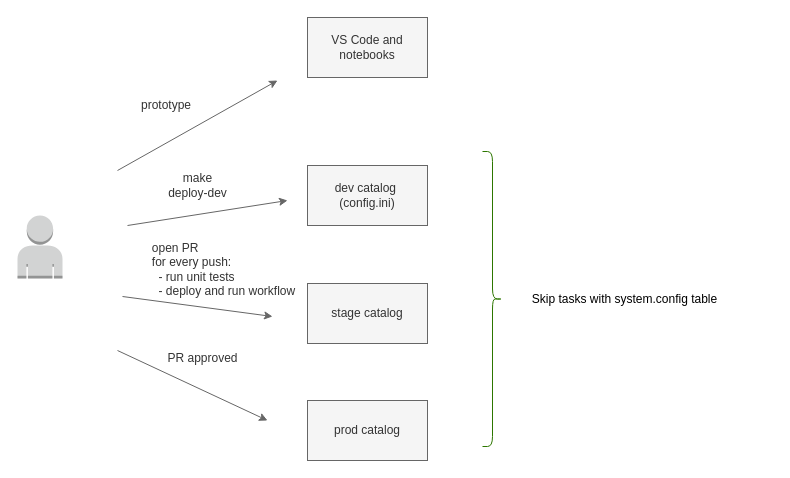
The draw.io diagram docs/ci_cd.drawio in andre-salvati/databricks-template, before the edit. Source tidied: cells renumbered, new cells numbered last; positions are measured from the earlier drawing's top-left corner, leaving out a move shared by most shapes. Both pictures are drawn from the tidied source at 100%, with x=0, y=0 at pixel (17, 17).
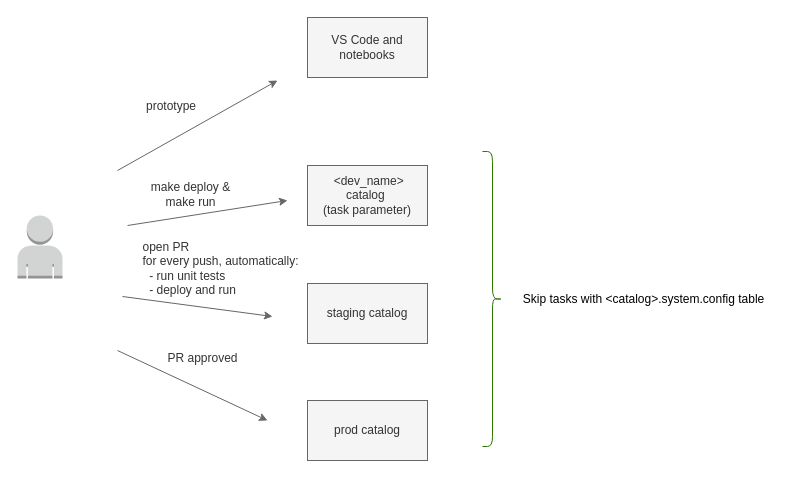
Above is the later version.

The edit, as a diff of the source:
```diff
@@
     <mxCell id="3" value="prototype" style="text;html=1;strokeColor=none;fillColor=none;align=center;verticalAlign=middle;whiteSpace=wrap;rounded=0;fontColor=#333333;" parent="1" vertex="1">
-      <mxGeometry x="119" y="73" width="60" height="30" as="geometry" />
+      <mxGeometry x="124" y="74" width="60" height="30" as="geometry" />
     </mxCell>
-    <mxCell id="4" value="dev catalog&amp;nbsp;&lt;div&gt;(config.ini)&lt;/div&gt;" style="rounded=0;whiteSpace=wrap;html=1;fillColor=#f5f5f5;fontColor=#333333;strokeColor=#666666;" parent="1" vertex="1">
+    <mxCell id="4" value="&lt;font style=&quot;font-size: 12px;&quot;&gt;&amp;nbsp;&amp;lt;dev_name&amp;gt; catalog&amp;nbsp;&lt;/font&gt;&lt;div&gt;&lt;font style=&quot;font-size: 12px;&quot;&gt;(task parameter)&lt;/font&gt;&lt;/div&gt;" style="rounded=0;whiteSpace=wrap;html=1;fillColor=#f5f5f5;fontColor=#333333;strokeColor=#666666;" parent="1" vertex="1">
       <mxGeometry x="290" y="148" width="120" height="60" as="geometry" />
     </mxCell>
-    <mxCell id="5" value="stage catalog" style="rounded=0;whiteSpace=wrap;html=1;fillColor=#f5f5f5;fontColor=#333333;strokeColor=#666666;" parent="1" vertex="1">
+    <mxCell id="5" value="staging catalog" style="rounded=0;whiteSpace=wrap;html=1;fillColor=#f5f5f5;fontColor=#333333;strokeColor=#666666;" parent="1" vertex="1">
       <mxGeometry x="290" y="266" width="120" height="60" as="geometry" />
     </mxCell>
@@
-    <mxCell id="10" value="make &lt;br&gt;deploy-dev" style="text;html=1;align=center;verticalAlign=middle;strokeColor=none;fillColor=none;fontColor=#333333;" parent="1" vertex="1">
-      <mxGeometry x="140" y="148" width="80" height="40" as="geometry" />
+    <mxCell id="10" value="make deploy &amp;amp; &lt;br&gt;make run" style="text;html=1;align=center;verticalAlign=middle;strokeColor=none;fillColor=none;fontColor=#333333;" parent="1" vertex="1">
+      <mxGeometry x="124" y="156" width="97" height="41" as="geometry" />
     </mxCell>
-    <mxCell id="11" value="&lt;div style=&quot;text-align: left;&quot;&gt;&lt;span style=&quot;background-color: initial;&quot;&gt;open PR&lt;/span&gt;&lt;/div&gt;&lt;div style=&quot;text-align: left;&quot;&gt;&lt;span style=&quot;background-color: initial;&quot;&gt;for every push:&lt;/span&gt;&lt;/div&gt;&lt;div style=&quot;text-align: left;&quot;&gt;&lt;span style=&quot;background-color: initial;&quot;&gt;&amp;nbsp; - run unit tests&lt;/span&gt;&lt;/div&gt;&lt;div style=&quot;text-align: left;&quot;&gt;&lt;span style=&quot;background-color: initial;&quot;&gt;&amp;nbsp; - deploy and run workflow&lt;/span&gt;&lt;/div&gt;" style="text;html=1;align=center;verticalAlign=middle;strokeColor=none;fillColor=none;fontColor=#333333;" parent="1" vertex="1">
-      <mxGeometry x="121" y="217" width="170" height="70" as="geometry" />
+    <mxCell id="11" value="&lt;div style=&quot;text-align: left;&quot;&gt;&lt;span style=&quot;background-color: initial;&quot;&gt;open PR&lt;/span&gt;&lt;/div&gt;&lt;div style=&quot;text-align: left;&quot;&gt;&lt;span style=&quot;background-color: initial;&quot;&gt;for every push, automatically:&lt;/span&gt;&lt;/div&gt;&lt;div style=&quot;text-align: left;&quot;&gt;&lt;span style=&quot;background-color: initial;&quot;&gt;&amp;nbsp; - run unit tests&lt;/span&gt;&lt;/div&gt;&lt;div style=&quot;text-align: left;&quot;&gt;&lt;span style=&quot;background-color: initial;&quot;&gt;&amp;nbsp; - deploy and run&amp;nbsp;&lt;/span&gt;&lt;/div&gt;" style="text;html=1;align=center;verticalAlign=middle;strokeColor=none;fillColor=none;fontColor=#333333;" parent="1" vertex="1">
+      <mxGeometry x="116" y="216" width="174" height="70" as="geometry" />
     </mxCell>
@@
-    <mxCell id="16" value="Skip tasks with system.config table" style="text;html=1;align=center;verticalAlign=middle;fontColor=#000000;" parent="1" vertex="1">
-      <mxGeometry x="505" y="268.5" width="203" height="26" as="geometry" />
+    <mxCell id="16" value="Skip tasks with &amp;lt;catalog&amp;gt;.system.config table" style="text;html=1;align=center;verticalAlign=middle;fontColor=#000000;" parent="1" vertex="1">
+      <mxGeometry x="496" y="268.5" width="259" height="26" as="geometry" />
     </mxCell>
```
